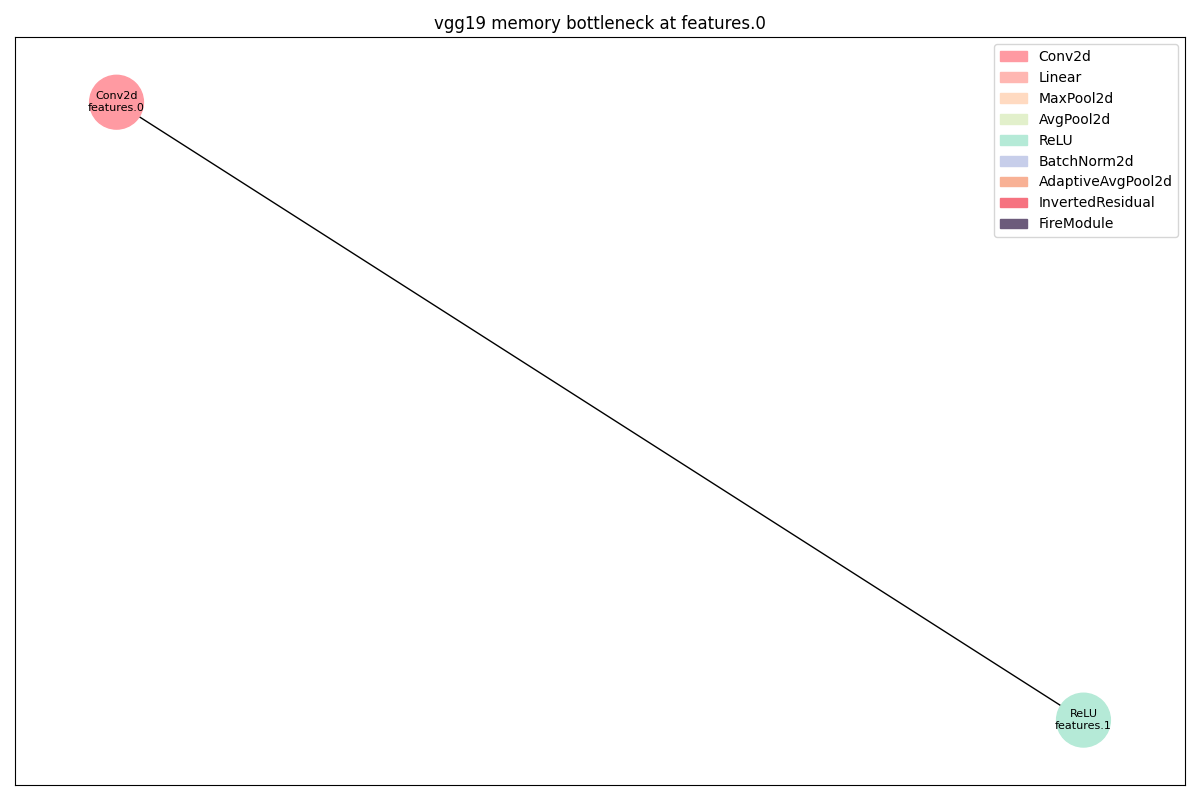
Above: dags/vgg19_memory_features_0_op.png in 11222-Meng/DNN_Bottlen_Layer_Analysis (Graphviz), before the change. Its source is kept beside it as dags/vgg19_memory_features_0_op.dot. Its diagram source:
```dot
strict digraph "" {
	Conv2d_0	[color="#FF9AA2",
		layer_name="features.0",
		params=1792,
		type=Conv2d];
	ReLU_0	[color="#B5EAD7",
		layer_name="features.1",
		params=0,
		type=ReLU];
	Conv2d_0 -> ReLU_0;
}
```
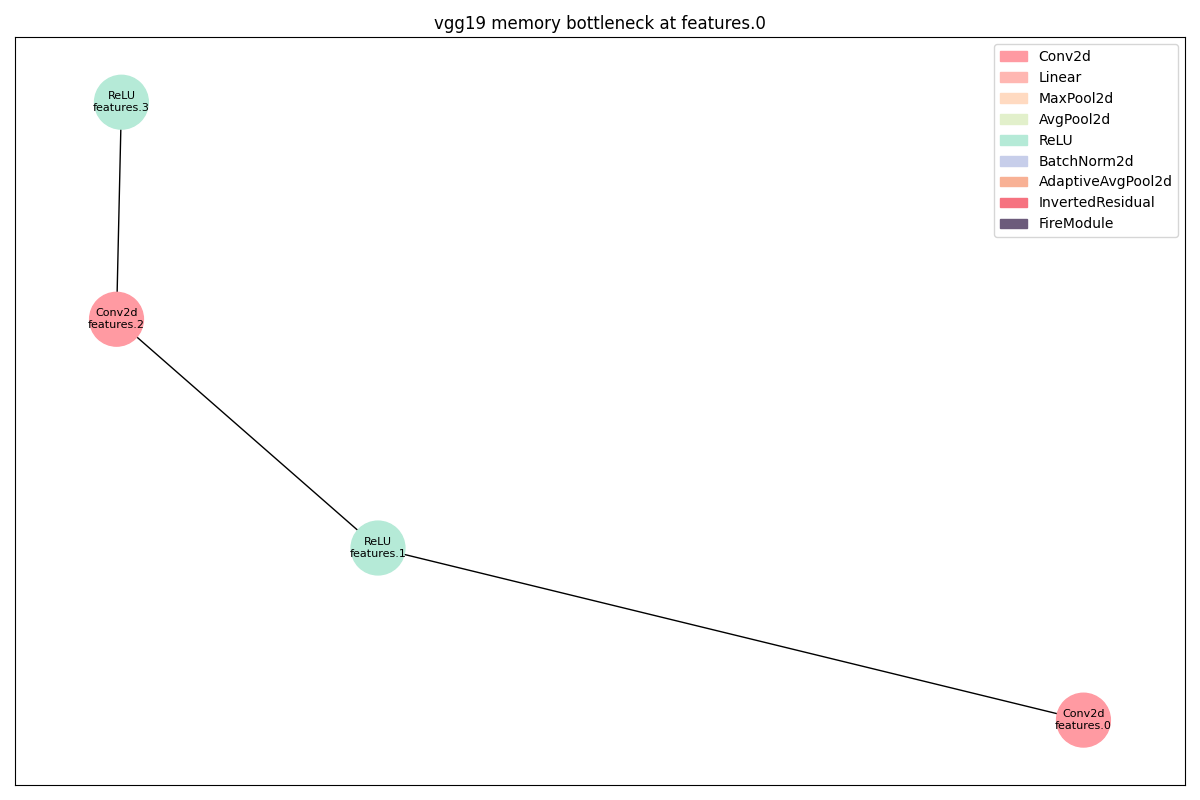
After the change.

Diff of the diagram source:
```diff
@@ -8,4 +8,14 @@
 		params=0,
 		type=ReLU];
 	Conv2d_0 -> ReLU_0;
+	Conv2d_1	[color="#FF9AA2",
+		layer_name="features.2",
+		params=36928,
+		type=Conv2d];
+	ReLU_0 -> Conv2d_1;
+	ReLU_1	[color="#B5EAD7",
+		layer_name="features.3",
+		params=0,
+		type=ReLU];
+	Conv2d_1 -> ReLU_1;
 }
```
